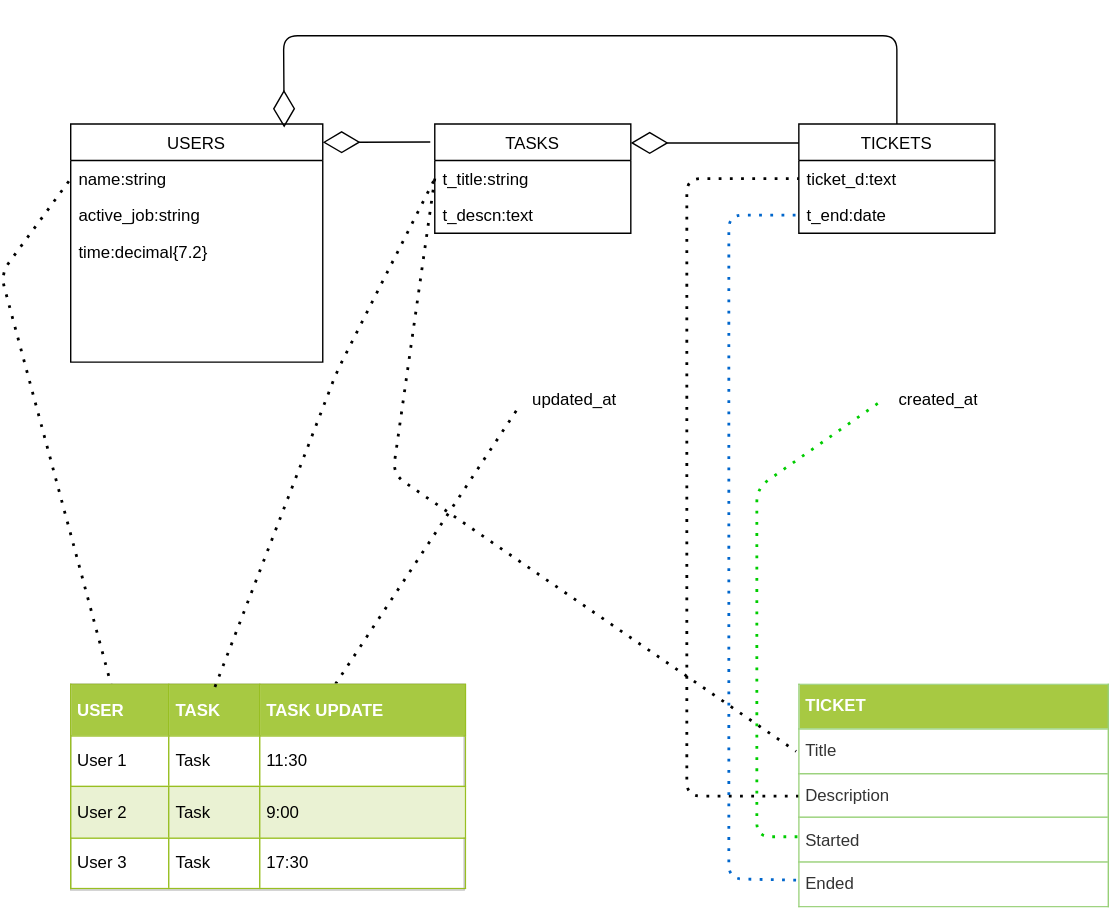
The draw.io diagram MyApp.svg in Roru-cmd/Myapp, before a commit. Source tidied: cells renumbered, new cells last; positions are measured from the earlier drawing's top-left corner, leaving out a move shared by most shapes.
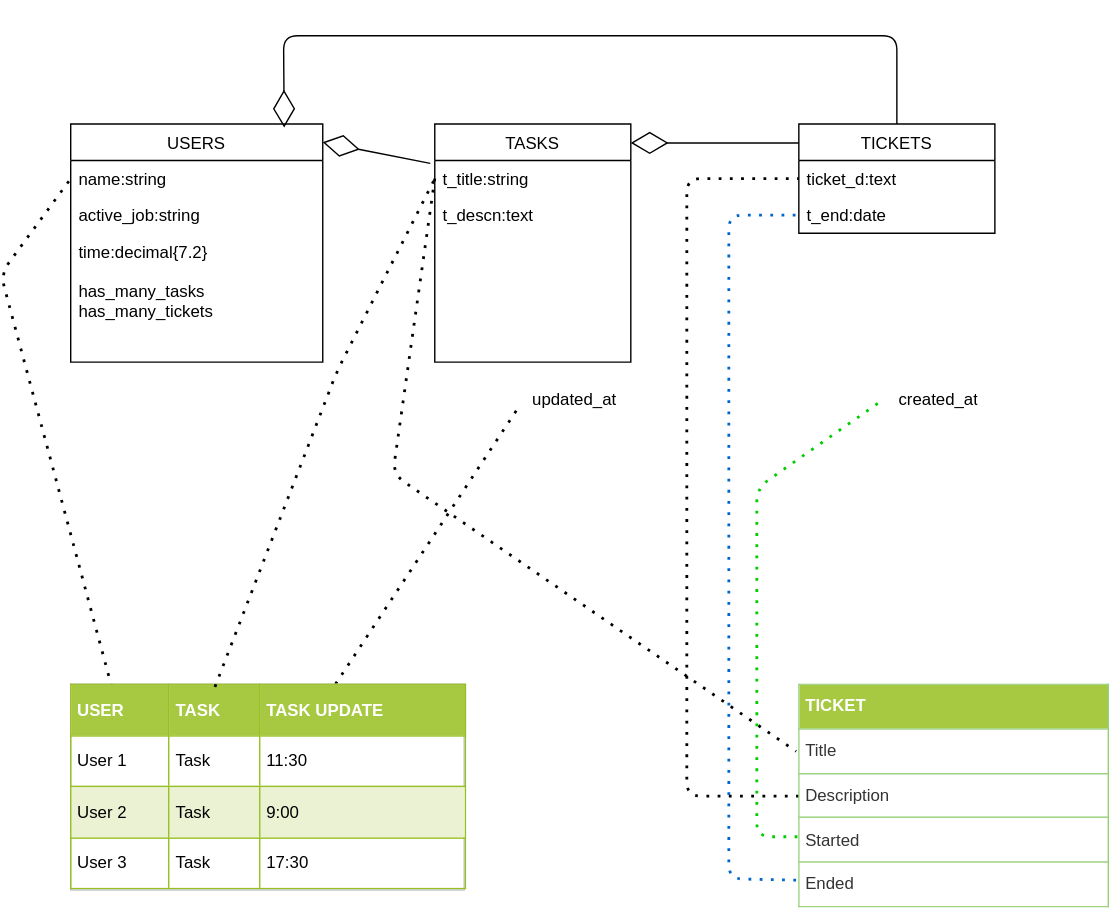
The same diagram one commit later.

Diff of the diagram source:
```diff
@@ -11,17 +11,17 @@
     <mxCell id="4" value="active_job:string" style="text;strokeColor=none;fillColor=none;align=left;verticalAlign=top;spacingLeft=4;spacingRight=4;overflow=hidden;" parent="2" vertex="1">
       <mxGeometry y="52" width="180" height="26" as="geometry" />
     </mxCell>
-    <mxCell id="5" value="time:decimal{7.2}" style="text;strokeColor=none;fillColor=none;align=left;verticalAlign=top;spacingLeft=4;spacingRight=4;overflow=hidden;" parent="2" vertex="1">
+    <mxCell id="5" value="time:decimal{7.2}&#10;&#10;has_many_tasks&#10;has_many_tickets" style="text;strokeColor=none;fillColor=none;align=left;verticalAlign=top;spacingLeft=4;spacingRight=4;overflow=hidden;" parent="2" vertex="1">
       <mxGeometry y="78" width="180" height="92" as="geometry" />
     </mxCell>
     <mxCell id="6" value="TASKS" style="swimlane;fontStyle=0;horizontal=1;startSize=26;fillColor=none;" parent="1" vertex="1">
-      <mxGeometry x="310" y="63" width="140" height="78" as="geometry" />
+      <mxGeometry x="310" y="63" width="140" height="170" as="geometry" />
     </mxCell>
     <mxCell id="7" value="t_title:string" style="text;strokeColor=none;fillColor=none;align=left;verticalAlign=top;spacingLeft=4;spacingRight=4;overflow=hidden;points=[[0,0.5],[1,0.5]];portConstraint=eastwest;" parent="6" vertex="1">
       <mxGeometry y="26" width="140" height="26" as="geometry" />
     </mxCell>
     <mxCell id="8" value="t_descn:text" style="text;strokeColor=none;fillColor=none;align=left;verticalAlign=top;spacingLeft=4;spacingRight=4;overflow=hidden;" parent="6" vertex="1">
-      <mxGeometry y="52" width="140" height="26" as="geometry" />
+      <mxGeometry y="52" width="140" height="118" as="geometry" />
     </mxCell>
     <mxCell id="9" value="TICKETS" style="swimlane;fontStyle=0;horizontal=1;startSize=26;fillColor=none;" parent="1" vertex="1">
       <mxGeometry x="570" y="63" width="140" height="78" as="geometry" />
```
